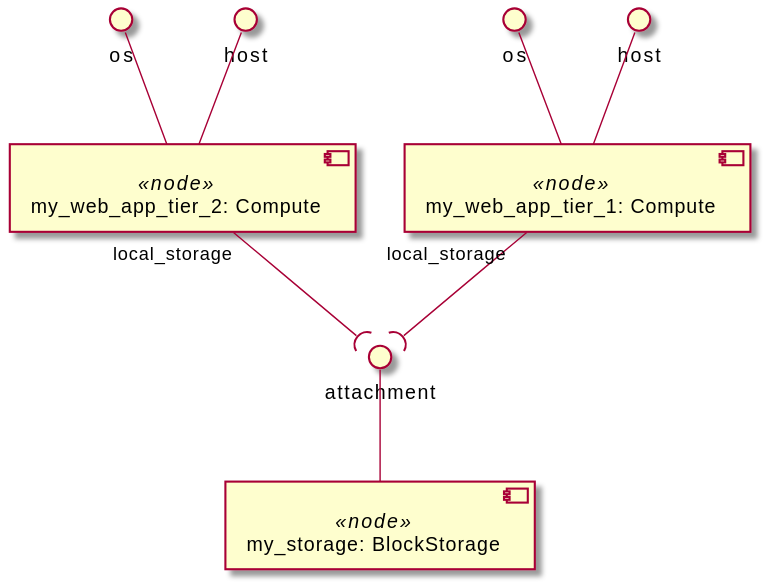
Earlier version of the PlantUML export examples/ariatosca/diagrams/uml2/block-storage-5-1.0-uml2-component-diagram1.svg (Orange-OpenSource/Cloudnet-TOSCA-toolbox).
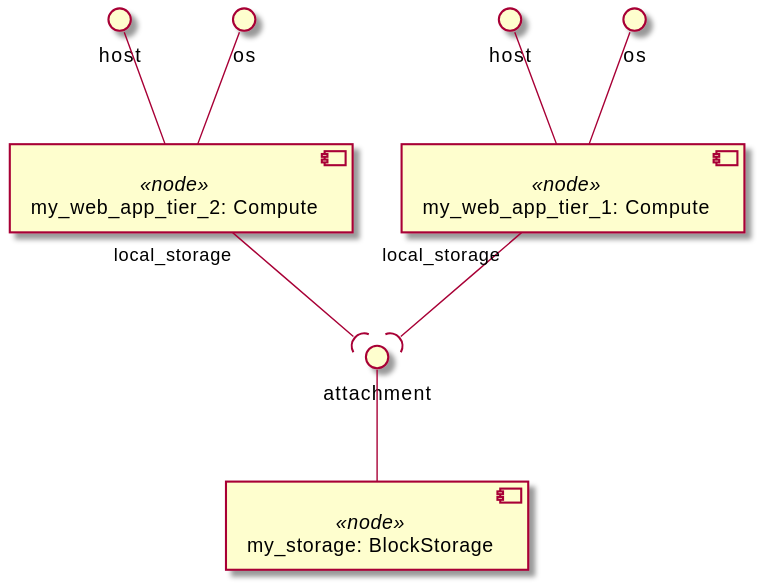
The same file after the commit.

Diff of the diagram source:
```diff
@@ -2,16 +2,16 @@
 skinparam componentStyle uml2
 
 component "my_web_app_tier_1: Compute" <<node>> as node_my_web_app_tier_1
+interface "host" as node_my_web_app_tier_1_host
+node_my_web_app_tier_1_host -- node_my_web_app_tier_1
 interface "os" as node_my_web_app_tier_1_os
 node_my_web_app_tier_1_os -- node_my_web_app_tier_1
-interface "host" as node_my_web_app_tier_1_host
-node_my_web_app_tier_1_host -- node_my_web_app_tier_1
 
 component "my_web_app_tier_2: Compute" <<node>> as node_my_web_app_tier_2
+interface "host" as node_my_web_app_tier_2_host
+node_my_web_app_tier_2_host -- node_my_web_app_tier_2
 interface "os" as node_my_web_app_tier_2_os
 node_my_web_app_tier_2_os -- node_my_web_app_tier_2
-interface "host" as node_my_web_app_tier_2_host
-node_my_web_app_tier_2_host -- node_my_web_app_tier_2
 
 component "my_storage: BlockStorage" <<node>> as node_my_storage
 interface "attachment" as node_my_storage_attachment
```
